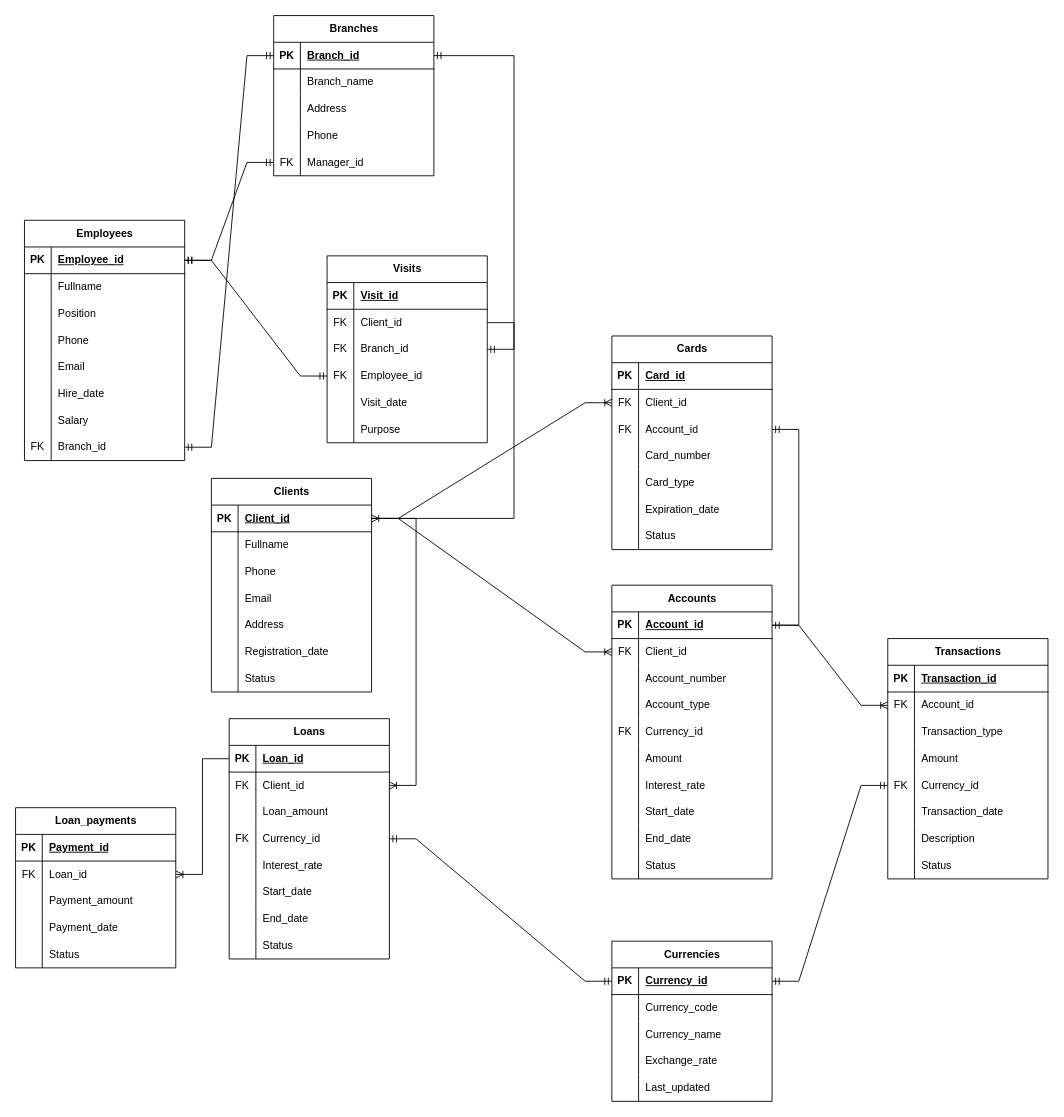
Aviatorvordoen/pp_bank_project keeps this draw.io diagram as Vtoroi variant.drawio. Above is the earlier version. Source tidied: cells renumbered, new cells numbered last; positions are measured from the earlier drawing's top-left corner, leaving out a move shared by most shapes. Both pictures are drawn from the tidied source at 89%, with x=0, y=0 at pixel (15, 15).
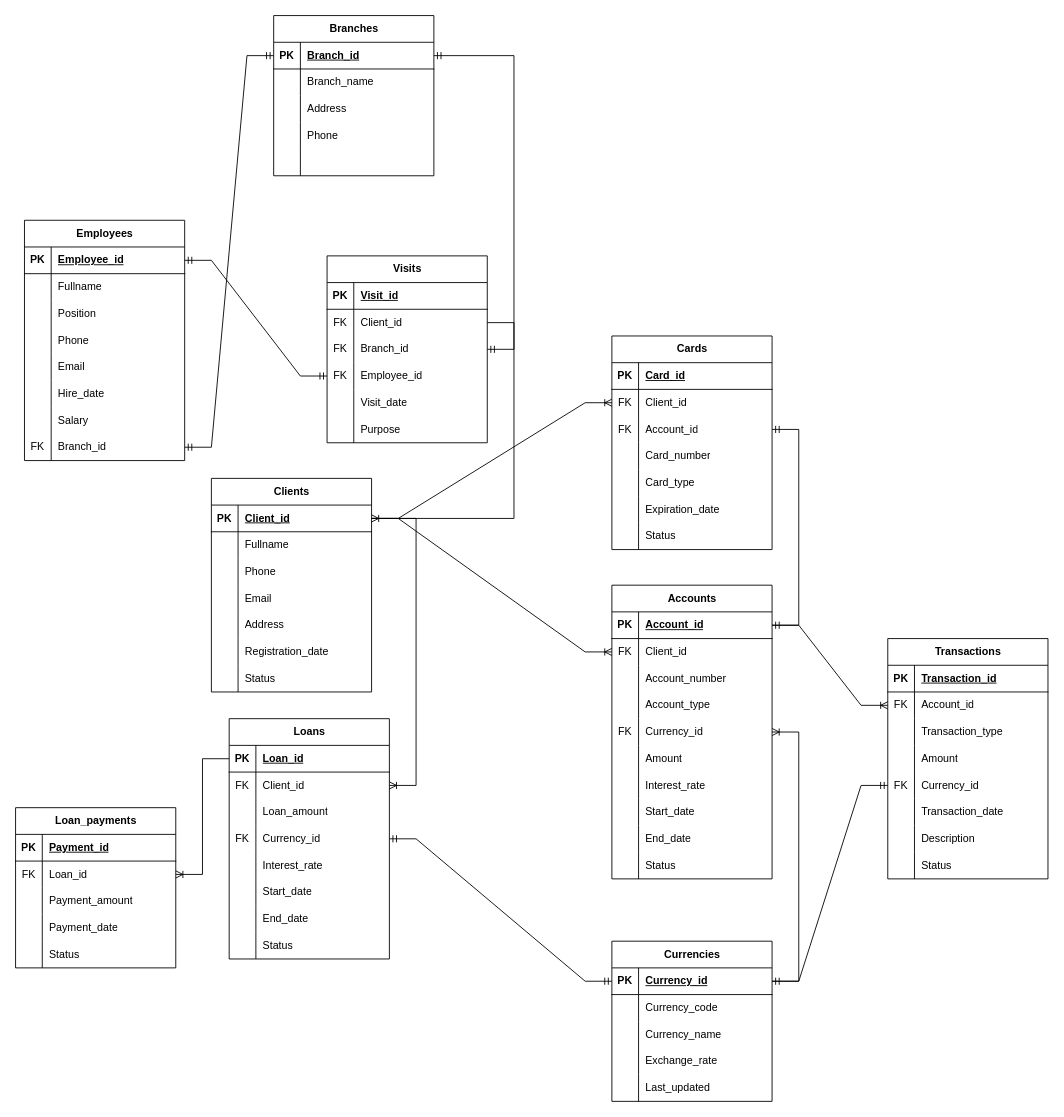
Above is the later version.

Unchanged cells that the change refers to:
```xml
<mxCell id="3" style="shape=tableRow;horizontal=0;startSize=0;swimlaneHead=0;swimlaneBody=0;fillColor=none;points=[[0,0.5],[1,0.5]];portConstraint=eastwest;top=0;left=0;right=0;bottom=1;" parent="2" vertex="1">
  <mxGeometry y="30" width="180" height="30" as="geometry" />
</mxCell>
<mxCell id="147" style="shape=tableRow;horizontal=0;startSize=0;swimlaneHead=0;swimlaneBody=0;fillColor=none;points=[[0,0.5],[1,0.5]];portConstraint=eastwest;top=0;left=0;right=0;bottom=0;" parent="134" vertex="1">
  <mxGeometry y="150" width="180" height="30" as="geometry" />
</mxCell>
<mxCell id="200" style="shape=tableRow;horizontal=0;startSize=0;swimlaneHead=0;swimlaneBody=0;fillColor=none;points=[[0,0.5],[1,0.5]];portConstraint=eastwest;top=0;left=0;right=0;bottom=0;" parent="187" vertex="1">
  <mxGeometry y="150" width="180" height="30" as="geometry" />
</mxCell>
<mxCell id="204" style="shape=tableRow;horizontal=0;startSize=0;swimlaneHead=0;swimlaneBody=0;fillColor=none;points=[[0,0.5],[1,0.5]];portConstraint=eastwest;top=0;left=0;right=0;bottom=1;" parent="203" vertex="1">
  <mxGeometry y="30" width="180" height="30" as="geometry" />
</mxCell>
```

Diff of the diagram source:
```diff
@@
-    <mxCell id="201" value="FK" style="shape=partialRectangle;fillColor=none;top=0;left=0;bottom=0;right=0;overflow=hidden;whiteSpace=wrap;html=1;" parent="200" vertex="1">
+    <mxCell id="201" style="shape=partialRectangle;fillColor=none;top=0;left=0;bottom=0;right=0;overflow=hidden;whiteSpace=wrap;html=1;" parent="200" vertex="1">
       <mxGeometry width="30" height="30" as="geometry" />
     </mxCell>
-    <mxCell id="202" value="Manager_id" style="shape=partialRectangle;fillColor=none;top=0;left=0;bottom=0;right=0;align=left;spacingLeft=6;overflow=hidden;whiteSpace=wrap;html=1;" parent="200" vertex="1">
+    <mxCell id="202" style="shape=partialRectangle;fillColor=none;top=0;left=0;bottom=0;right=0;align=left;spacingLeft=6;overflow=hidden;whiteSpace=wrap;html=1;" parent="200" vertex="1">
       <mxGeometry x="30" width="150" height="30" as="geometry" />
     </mxCell>
@@
-    <mxCell id="225" style="edgeStyle=entityRelationEdgeStyle;fontSize=12;html=1;endArrow=ERmandOne;startArrow=ERmandOne;rounded=0;" parent="1" edge="1" source="200" target="3">
-      <mxGeometry relative="1" as="geometry" />
-    </mxCell>
@@
+    <mxCell id="232" style="edgeStyle=entityRelationEdgeStyle;fontSize=12;html=1;endArrow=ERoneToMany;rounded=0;entryX=1;entryY=0.5;entryDx=0;entryDy=0;exitX=1;exitY=0.5;exitDx=0;exitDy=0;" parent="1" edge="1" source="204" target="147">
+      <mxGeometry relative="1" as="geometry" />
+    </mxCell>
```
